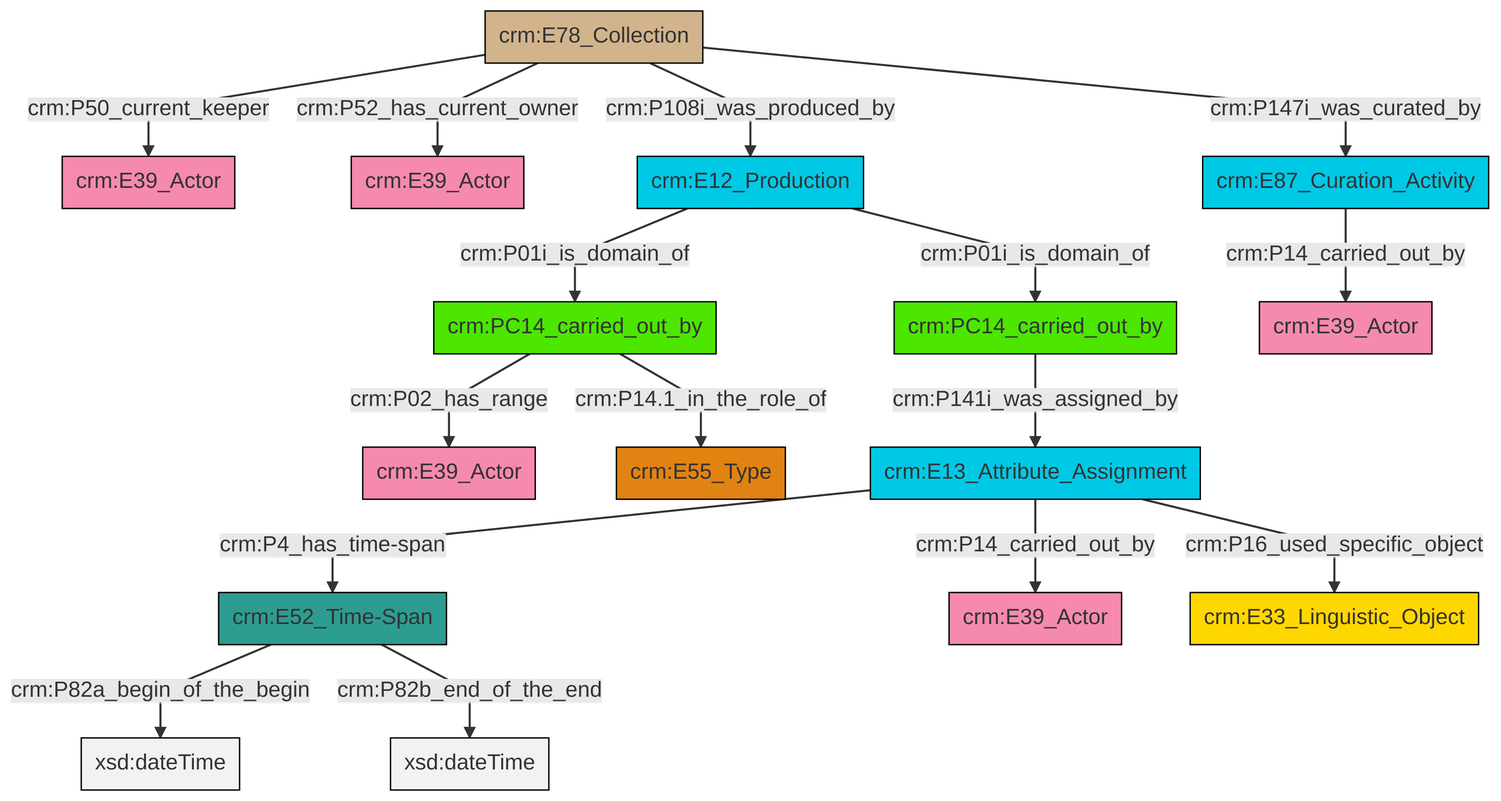
swiss-art-research-net/docs.swissartresearch keeps this Mermaid diagram as et/archivalCSV/ttl/mmd/png/archival_relation.png. Above is the earlier version. Its source is kept beside it as et/archivalCSV/ttl/mmd/archival_relation.ttl.mmd.
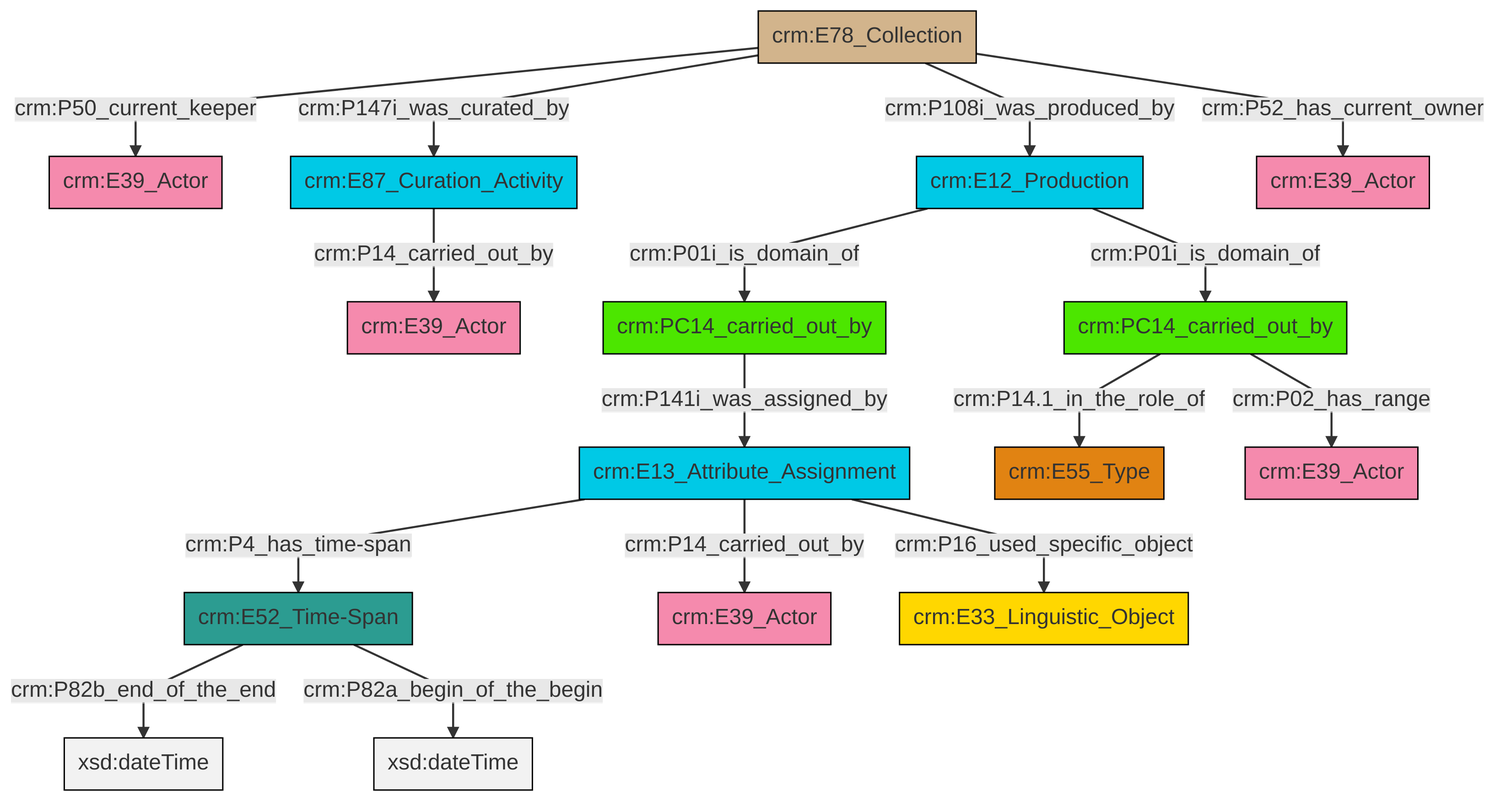
After the change.

What changed in the source:
```diff
@@ -13,18 +13,18 @@
 classDef PC_Classes fill:#4ce600, stroke:#000000;
 classDef Multi fill:#cccccc,stroke:#000000;
 
-0["crm:E78_Collection"]:::Physical_Thing -->|crm:P50_current_keeper| 1["crm:E39_Actor"]:::Actor
-2["crm:E52_Time-Span"]:::Time-Span -->|crm:P82a_begin_of_the_begin| 3[xsd:dateTime]:::Literal
-0["crm:E78_Collection"]:::Physical_Thing -->|crm:P52_has_current_owner| 4["crm:E39_Actor"]:::Actor
-0["crm:E78_Collection"]:::Physical_Thing -->|crm:P108i_was_produced_by| 5["crm:E12_Production"]:::Temporal_Entity
-8["crm:PC14_carried_out_by"]:::PC_Classes -->|crm:P02_has_range| 6["crm:E39_Actor"]:::Actor
-0["crm:E78_Collection"]:::Physical_Thing -->|crm:P147i_was_curated_by| 9["crm:E87_Curation_Activity"]:::Temporal_Entity
-2["crm:E52_Time-Span"]:::Time-Span -->|crm:P82b_end_of_the_end| 11[xsd:dateTime]:::Literal
-9["crm:E87_Curation_Activity"]:::Temporal_Entity -->|crm:P14_carried_out_by| 17["crm:E39_Actor"]:::Actor
-5["crm:E12_Production"]:::Temporal_Entity -->|crm:P01i_is_domain_of| 8["crm:PC14_carried_out_by"]:::PC_Classes
-8["crm:PC14_carried_out_by"]:::PC_Classes -->|crm:P14.1_in_the_role_of| 19["crm:E55_Type"]:::Type
-21["crm:E13_Attribute_Assignment"]:::Temporal_Entity -->|crm:P4_has_time-span| 2["crm:E52_Time-Span"]:::Time-Span
-14["crm:PC14_carried_out_by"]:::PC_Classes -->|crm:P141i_was_assigned_by| 21["crm:E13_Attribute_Assignment"]:::Temporal_Entity
-21["crm:E13_Attribute_Assignment"]:::Temporal_Entity -->|crm:P16_used_specific_object| 27["crm:E33_Linguistic_Object"]:::Conceptual_Object
-5["crm:E12_Production"]:::Temporal_Entity -->|crm:P01i_is_domain_of| 14["crm:PC14_carried_out_by"]:::PC_Classes
-21["crm:E13_Attribute_Assignment"]:::Temporal_Entity -->|crm:P14_carried_out_by| 12["crm:E39_Actor"]:::Actor
+2["crm:E13_Attribute_Assignment"]:::Temporal_Entity -->|crm:P4_has_time-span| 4["crm:E52_Time-Span"]:::Time-Span
+4["crm:E52_Time-Span"]:::Time-Span -->|crm:P82b_end_of_the_end| 5[xsd:dateTime]:::Literal
+6["crm:PC14_carried_out_by"]:::PC_Classes -->|crm:P141i_was_assigned_by| 2["crm:E13_Attribute_Assignment"]:::Temporal_Entity
+11["crm:E12_Production"]:::Temporal_Entity -->|crm:P01i_is_domain_of| 12["crm:PC14_carried_out_by"]:::PC_Classes
+2["crm:E13_Attribute_Assignment"]:::Temporal_Entity -->|crm:P14_carried_out_by| 13["crm:E39_Actor"]:::Actor
+12["crm:PC14_carried_out_by"]:::PC_Classes -->|crm:P02_has_range| 16["crm:E39_Actor"]:::Actor
+4["crm:E52_Time-Span"]:::Time-Span -->|crm:P82a_begin_of_the_begin| 17[xsd:dateTime]:::Literal
+18["crm:E78_Collection"]:::Physical_Thing -->|crm:P108i_was_produced_by| 11["crm:E12_Production"]:::Temporal_Entity
+18["crm:E78_Collection"]:::Physical_Thing -->|crm:P50_current_keeper| 7["crm:E39_Actor"]:::Actor
+19["crm:E87_Curation_Activity"]:::Temporal_Entity -->|crm:P14_carried_out_by| 0["crm:E39_Actor"]:::Actor
+11["crm:E12_Production"]:::Temporal_Entity -->|crm:P01i_is_domain_of| 6["crm:PC14_carried_out_by"]:::PC_Classes
+12["crm:PC14_carried_out_by"]:::PC_Classes -->|crm:P14.1_in_the_role_of| 9["crm:E55_Type"]:::Type
+18["crm:E78_Collection"]:::Physical_Thing -->|crm:P52_has_current_owner| 21["crm:E39_Actor"]:::Actor
+2["crm:E13_Attribute_Assignment"]:::Temporal_Entity -->|crm:P16_used_specific_object| 25["crm:E33_Linguistic_Object"]:::Conceptual_Object
+18["crm:E78_Collection"]:::Physical_Thing -->|crm:P147i_was_curated_by| 19["crm:E87_Curation_Activity"]:::Temporal_Entity
```
